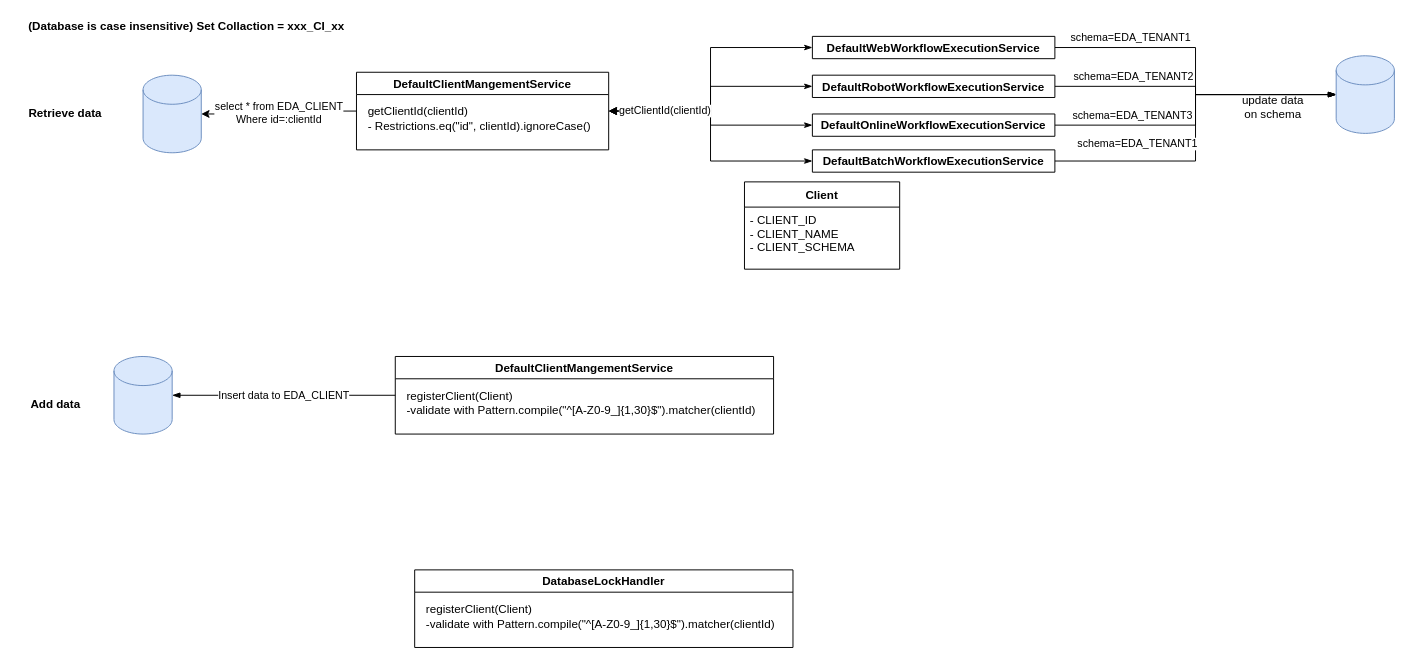
cjjian/Diagram keeps this draw.io diagram as BPS-Client-ID-Usage.drawio. Above is the earlier version. Source tidied: cells renumbered, new cells numbered last; positions are measured from the earlier drawing's top-left corner, leaving out a move shared by most shapes. Both pictures are drawn from the tidied source at 97%, with x=0, y=0 at pixel (16, 16).
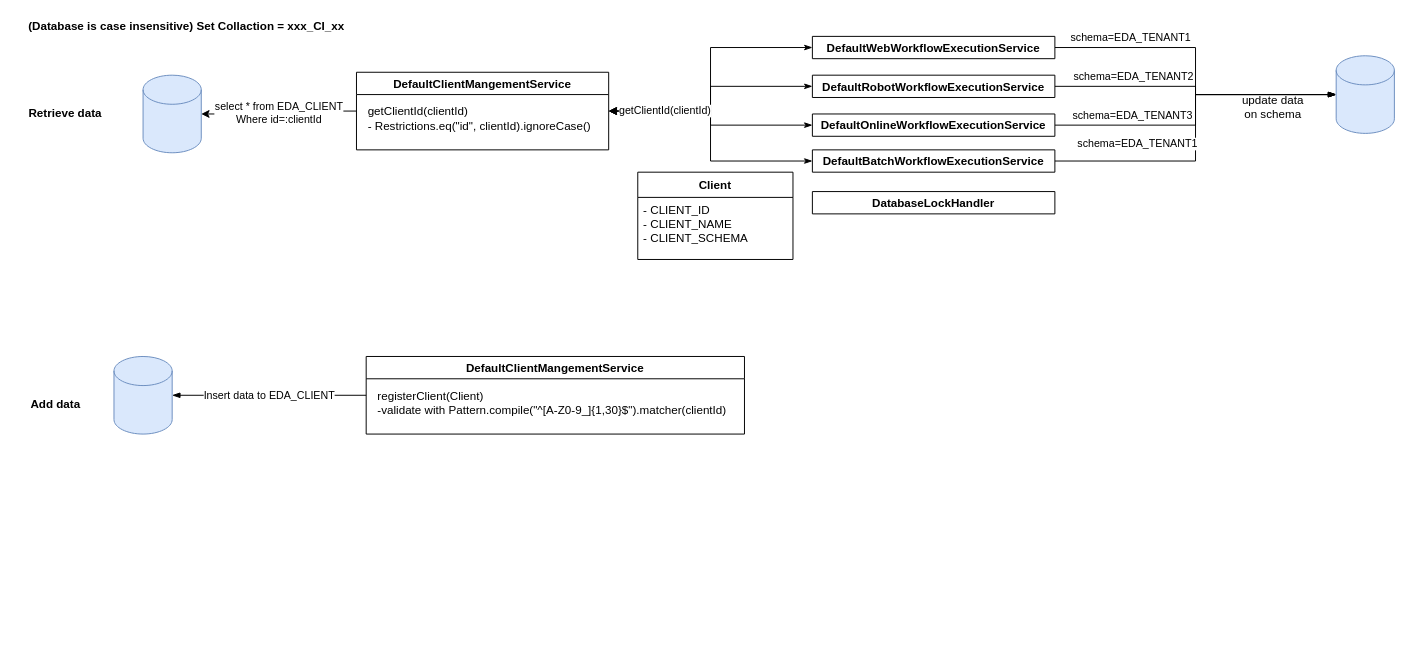
The same page after the edit.

The edit, as a diff of the source:
```diff
@@
     <mxCell id="24" value="DefaultClientMangementService" style="swimlane;align=center;" parent="1" vertex="1">
-      <mxGeometry x="390" y="350" width="390" height="80" as="geometry" />
+      <mxGeometry x="360" y="350" width="390" height="80" as="geometry" />
     </mxCell>
@@
+    <mxCell id="29" value="DatabaseLockHandler" style="swimlane;align=center;startSize=23;" parent="1" vertex="1" collapsed="1">
+      <mxGeometry x="820" y="180" width="250" height="23" as="geometry" />
+    </mxCell>
     <mxCell id="27" value="Client" style="swimlane;fontStyle=1;align=center;verticalAlign=top;horizontal=1;startSize=26;" parent="1" vertex="1">
-      <mxGeometry x="750" y="170" width="160" height="90" as="geometry" />
+      <mxGeometry x="640" y="160" width="160" height="90" as="geometry" />
     </mxCell>
@@
-    <mxCell id="29" value="DatabaseLockHandler" style="swimlane;align=center;" parent="1" vertex="1">
-      <mxGeometry x="410" y="570" width="390" height="80" as="geometry" />
-    </mxCell>
-    <mxCell id="30" value="registerClient(Client)&lt;br&gt;-validate with Pattern.compile(&quot;^[A-Z0-9_]{1,30}$&quot;).matcher(clientId)" style="text;html=1;align=left;verticalAlign=middle;" parent="29" vertex="1">
-      <mxGeometry x="10" y="33" width="380" height="30" as="geometry" />
-    </mxCell>
```
